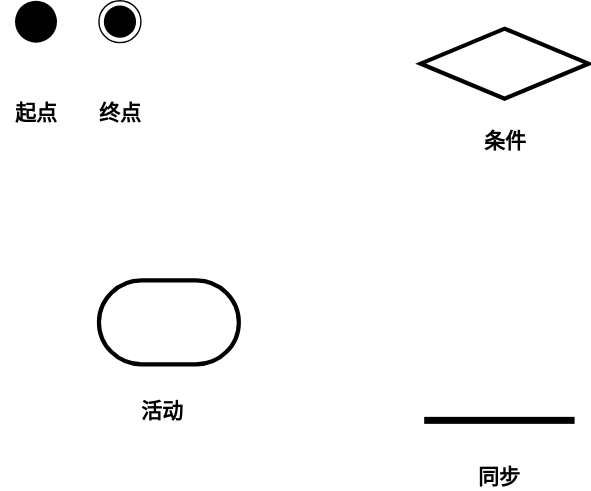
The draw.io diagram 活动图示例.drawio.svg in hollson/pm, before a commit. Source tidied: cells renumbered, new cells last; positions are measured from the earlier drawing's top-left corner, leaving out a move shared by most shapes.
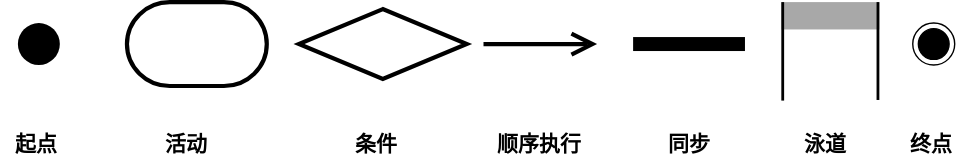
Later version of the same file.

Commit message:
更新活动图示例.drawio.svg

What changed in the source:
```diff
@@ -2,35 +2,59 @@
   <root>
     <mxCell id="0" />
     <mxCell id="1" parent="0" />
-    <mxCell id="2" style="ellipse;fillColor=#000000;strokeColor=none;" parent="1" vertex="1">
-      <mxGeometry x="10" width="30" height="30" as="geometry" />
+    <mxCell id="2" style="ellipse;fillColor=#000000;strokeColor=none;flipH=1;" parent="1" vertex="1">
+      <mxGeometry x="10" y="-13" width="30" height="30" as="geometry" />
     </mxCell>
-    <mxCell id="3" style="ellipse;html=1;shape=endState;fillColor=#000000;strokeColor=#000000;" parent="1" vertex="1">
-      <mxGeometry x="70" width="30" height="30" as="geometry" />
+    <mxCell id="3" style="ellipse;html=1;shape=endState;fillColor=#000000;strokeColor=#000000;flipH=1;" parent="1" vertex="1">
+      <mxGeometry x="650" y="-13" width="30" height="30" as="geometry" />
     </mxCell>
-    <mxCell id="4" style="rhombus;whiteSpace=wrap;html=1;strokeWidth=3;" parent="1" vertex="1">
-      <mxGeometry x="300" y="20" width="120" height="50" as="geometry" />
+    <mxCell id="4" style="rhombus;whiteSpace=wrap;html=1;strokeWidth=3;flipH=1;" parent="1" vertex="1">
+      <mxGeometry x="211" y="-23" width="120" height="50" as="geometry" />
     </mxCell>
     <mxCell id="5" value="起点" style="text;html=1;align=center;verticalAlign=middle;fillColor=none;strokeColor=none;rounded=0;fontStyle=1;fontSize=15;" parent="1" vertex="1">
-      <mxGeometry y="70" width="50" height="20" as="geometry" />
+      <mxGeometry x="-2" y="63" width="50" height="20" as="geometry" />
     </mxCell>
     <mxCell id="6" value="终点" style="text;html=1;align=center;verticalAlign=middle;fillColor=none;strokeColor=none;rounded=0;fontStyle=1;fontSize=15;" parent="1" vertex="1">
-      <mxGeometry x="60" y="70" width="50" height="20" as="geometry" />
+      <mxGeometry x="638" y="63" width="50" height="20" as="geometry" />
     </mxCell>
     <mxCell id="7" value="条件" style="text;html=1;align=center;verticalAlign=middle;fillColor=none;strokeColor=none;rounded=0;fontStyle=1;fontSize=15;" parent="1" vertex="1">
-      <mxGeometry x="335" y="90" width="50" height="20" as="geometry" />
+      <mxGeometry x="241" y="63" width="50" height="20" as="geometry" />
     </mxCell>
-    <mxCell id="8" style="html=1;perimeter=orthogonalPerimeter;fillColor=#000000;strokeColor=none;fontSize=20;direction=south;" parent="1" vertex="1">
-      <mxGeometry x="302.5" y="297.5" width="107.5" height="5" as="geometry" />
+    <mxCell id="8" style="html=1;perimeter=orthogonalPerimeter;fillColor=#000000;strokeColor=none;fontSize=20;direction=south;strokeWidth=5;perimeterSpacing=4;flipH=1;" parent="1" vertex="1">
+      <mxGeometry x="450" y="-3" width="80" height="10" as="geometry" />
     </mxCell>
     <mxCell id="9" value="同步" style="text;html=1;align=center;verticalAlign=middle;fillColor=none;strokeColor=none;rounded=0;fontStyle=1;fontSize=15;" parent="1" vertex="1">
-      <mxGeometry x="331.2" y="330" width="50" height="20" as="geometry" />
+      <mxGeometry x="465" y="63" width="50" height="20" as="geometry" />
     </mxCell>
-    <mxCell id="10" style="strokeWidth=3;html=1;shape=mxgraph.flowchart.terminator;whiteSpace=wrap;rounded=1;shadow=0;fontSize=20;" parent="1" vertex="1">
-      <mxGeometry x="70" y="200" width="100" height="60" as="geometry" />
+    <mxCell id="10" style="strokeWidth=3;html=1;shape=mxgraph.flowchart.terminator;whiteSpace=wrap;rounded=1;shadow=0;fontSize=20;flipH=1;" parent="1" vertex="1">
+      <mxGeometry x="88" y="-28" width="100" height="60" as="geometry" />
     </mxCell>
     <mxCell id="11" value="活动" style="text;html=1;align=center;verticalAlign=middle;fillColor=none;strokeColor=none;rounded=0;fontStyle=1;fontSize=15;" parent="1" vertex="1">
-      <mxGeometry x="90" y="282.5" width="50" height="20" as="geometry" />
+      <mxGeometry x="105" y="63" width="50" height="20" as="geometry" />
     </mxCell>
+    <mxCell id="12" style="endArrow=open;endFill=1;endSize=12;html=1;rounded=0;fontSize=20;strokeWidth=3;" parent="1" edge="1">
+      <mxGeometry relative="1" as="geometry">
+        <mxPoint x="343" y="2" as="sourcePoint" />
+        <mxPoint x="424.2" y="2" as="targetPoint" />
+      </mxGeometry>
+    </mxCell>
+    <mxCell id="13" style="group;flipH=1;" parent="1" vertex="1">
+      <mxGeometry x="556" y="-28" width="70.1" height="72" as="geometry" />
+    </mxCell>
+    <mxCell id="14" style="html=1;perimeter=orthogonalPerimeter;fillColor=#A8A8A8;strokeColor=none;fontSize=20;direction=south;" parent="13" vertex="1">
+      <mxGeometry x="0.1" width="70" height="19.6" as="geometry" />
+    </mxCell>
+    <mxCell id="15" style="html=1;perimeter=orthogonalPerimeter;fillColor=#000000;strokeColor=none;fontSize=20;direction=west;" parent="13" vertex="1">
+      <mxGeometry x="68.1" width="2" height="70" as="geometry" />
+    </mxCell>
+    <mxCell id="16" style="html=1;perimeter=orthogonalPerimeter;fillColor=#000000;strokeColor=none;fontSize=20;direction=west;" parent="13" vertex="1">
+      <mxGeometry width="2" height="70.4" as="geometry" />
+    </mxCell>
+    <mxCell id="17" value="顺序执行" style="text;html=1;align=center;verticalAlign=middle;fillColor=none;strokeColor=none;rounded=0;fontStyle=1;fontSize=15;" parent="1" vertex="1">
+      <mxGeometry x="343" y="63" width="80" height="20" as="geometry" />
+    </mxCell>
+    <mxCell id="18" value="泳道" style="text;html=1;align=center;verticalAlign=middle;fillColor=none;strokeColor=none;rounded=0;fontStyle=1;fontSize=15;" parent="1" vertex="1">
+      <mxGeometry x="562" y="63" width="50" height="20" as="geometry" />
+    </mxCell>
   </root>
 </mxGraphModel>
```
